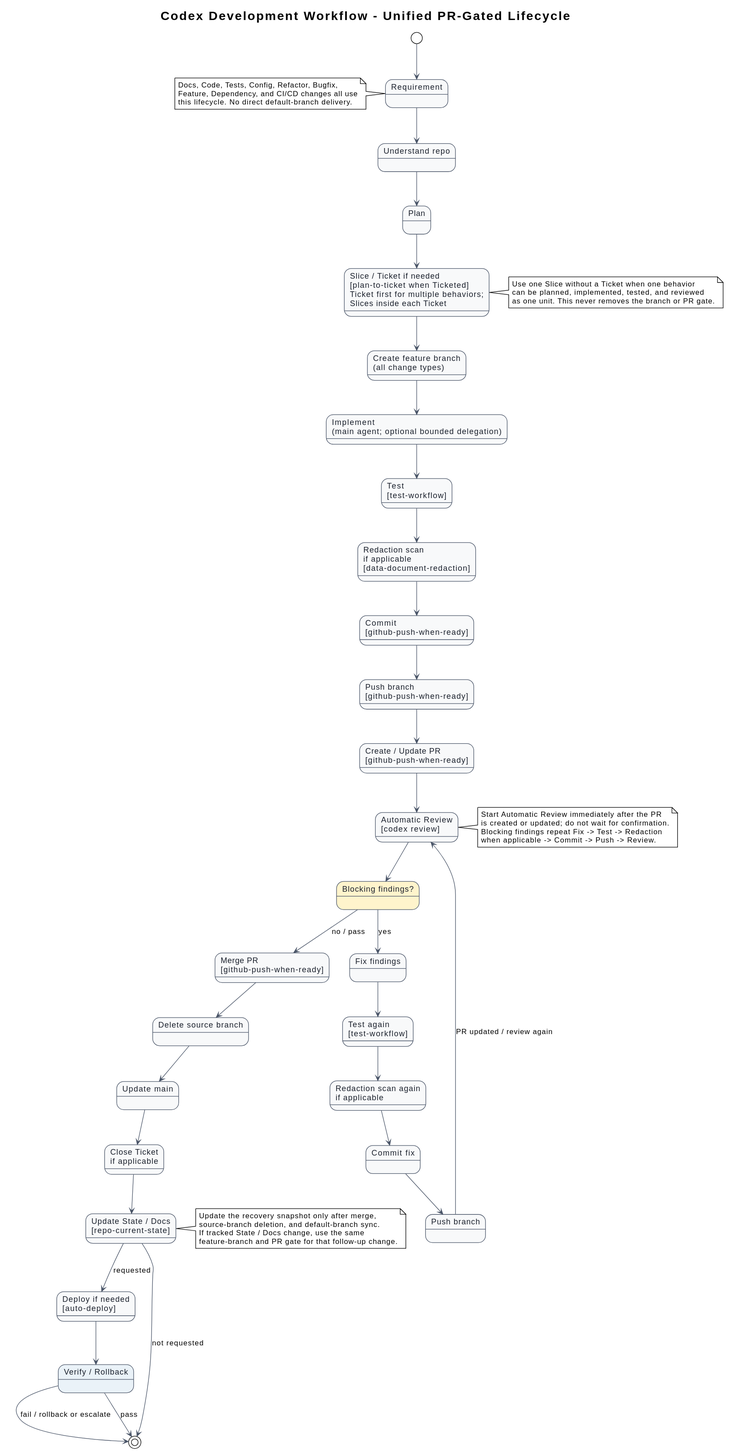
Earlier version of the PlantUML export docs/diagrams/architecture.svg (i-zrhe2016/codex-development-workflow).
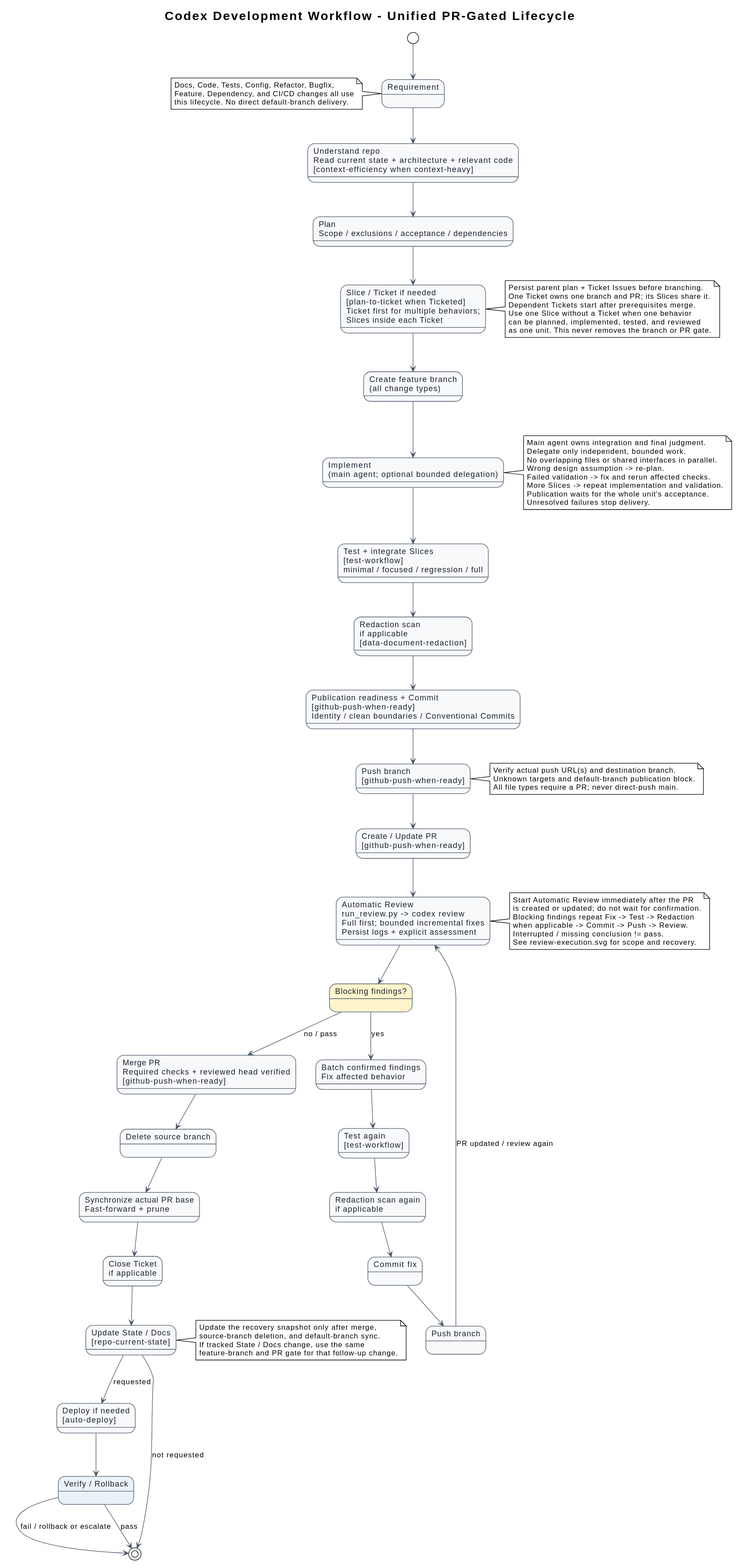
Above is the later version.

Commit message:
docs(architecture): detail component ownership and review recovery

Diff of the diagram source:
```diff
@@ -13,26 +13,26 @@
 title Codex Development Workflow - Unified PR-Gated Lifecycle
 
 state "Requirement" as requirement
-state "Understand repo" as understand
-state "Plan" as plan
+state "Understand repo\nRead current state + architecture + relevant code\n[context-efficiency when context-heavy]" as understand
+state "Plan\nScope / exclusions / acceptance / dependencies" as plan
 state "Slice / Ticket if needed\n[plan-to-ticket when Ticketed]\nTicket first for multiple behaviors;\nSlices inside each Ticket" as decompose
 state "Create feature branch\n(all change types)" as branch
 state "Implement\n(main agent; optional bounded delegation)" as implement
-state "Test\n[test-workflow]" as test
+state "Test + integrate Slices\n[test-workflow]\nminimal / focused / regression / full" as test
 state "Redaction scan\nif applicable\n[data-document-redaction]" as redact
-state "Commit\n[github-push-when-ready]" as commit
+state "Publication readiness + Commit\n[github-push-when-ready]\nIdentity / clean boundaries / Conventional Commits" as commit
 state "Push branch\n[github-push-when-ready]" as push
 state "Create / Update PR\n[github-push-when-ready]" as pr
-state "Automatic Review\n[codex review]" as review
+state "Automatic Review\nrun_review.py -> codex review\nFull first; bounded incremental fixes\nPersist logs + explicit assessment" as review
 state "Blocking findings?" as blocking #FFF4CC
-state "Fix findings" as fix
+state "Batch confirmed findings\nFix affected behavior" as fix
 state "Test again\n[test-workflow]" as test_again
 state "Redaction scan again\nif applicable" as redact_again
 state "Commit fix" as commit_fix
 state "Push branch" as push_fix
-state "Merge PR\n[github-push-when-ready]" as merge
+state "Merge PR\nRequired checks + reviewed head verified\n[github-push-when-ready]" as merge
 state "Delete source branch" as delete_branch
-state "Update main" as update_main
+state "Synchronize actual PR base\nFast-forward + prune" as update_main
 state "Close Ticket\nif applicable" as close_ticket
 state "Update State / Docs\n[repo-current-state]" as state_docs
 state "Deploy if needed\n[auto-deploy]" as deploy
@@ -69,6 +69,9 @@
 verify --> [*] : fail / rollback or escalate
 
 note right of decompose
+Persist parent plan + Ticket Issues before branching.
+One Ticket owns one branch and PR; its Slices share it.
+Dependent Tickets start after prerequisites merge.
 Use one Slice without a Ticket when one behavior
 can be planned, implemented, tested, and reviewed
 as one unit. This never removes the branch or PR gate.
@@ -79,6 +82,25 @@
 is created or updated; do not wait for confirmation.
 Blocking findings repeat Fix -> Test -> Redaction
 when applicable -> Commit -> Push -> Review.
+Interrupted / missing conclusion != pass.
+See review-execution.svg for scope and recovery.
+end note
+
+note right of implement
+Main agent owns integration and final judgment.
+Delegate only independent, bounded work.
+No overlapping files or shared interfaces in parallel.
+Wrong design assumption -> re-plan.
+Failed validation -> fix and rerun affected checks.
+More Slices -> repeat implementation and validation.
+Publication waits for the whole unit's acceptance.
+Unresolved failures stop delivery.
+end note
+
+note right of push
+Verify actual push URL(s) and destination branch.
+Unknown targets and default-branch publication block.
+All file types require a PR; never direct-push main.
 end note
 
 note right of state_docs
```
